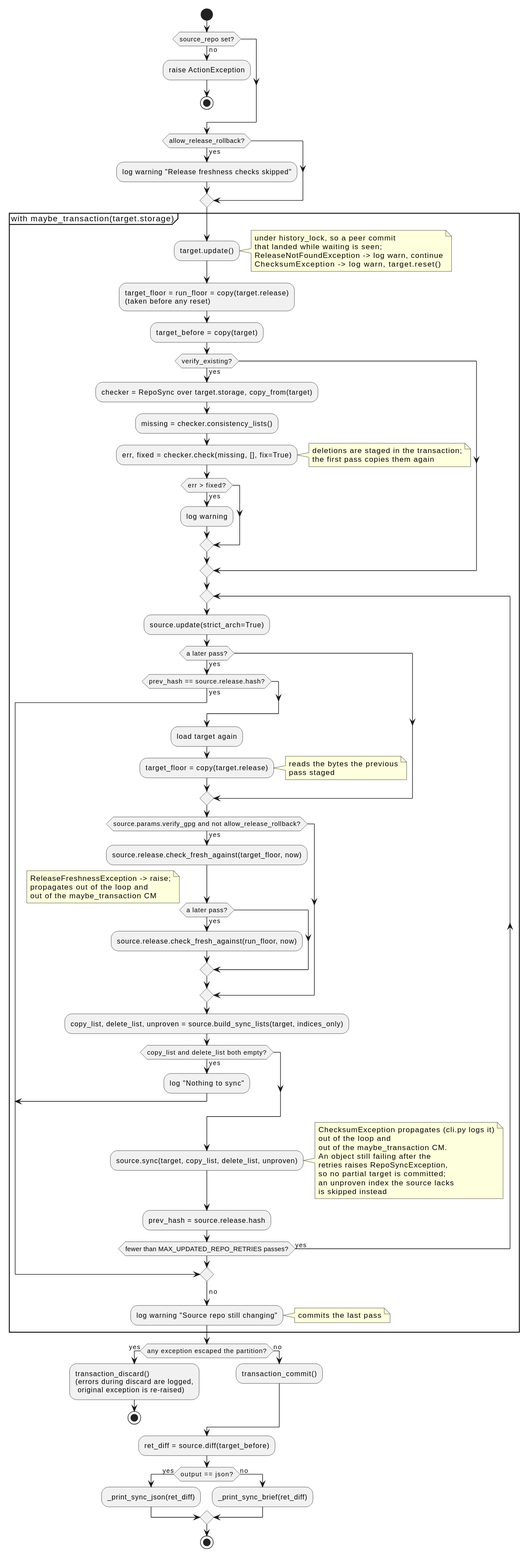
Earlier version of the PlantUML export docs/development/diagrams/action-sync-activity.svg (vinklat/debkit). Its source is kept beside it as docs/development/diagrams/action-sync-activity.puml.
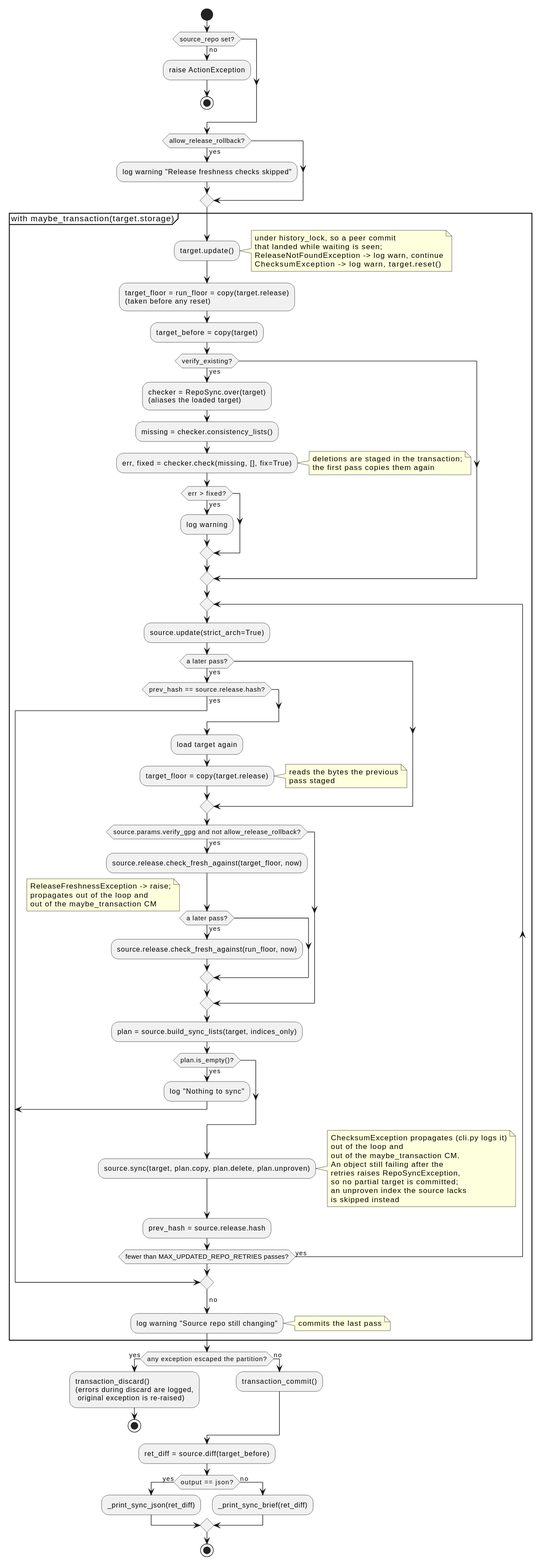
The same file after the commit.

Diff of the diagram source:
```diff
@@ -21,7 +21,8 @@
   (taken before any reset);
   :target_before = copy(target);
   if (verify_existing?) then (yes)
-    :checker = RepoSync over target.storage, copy_from(target);
+    :checker = RepoSync.over(target)
+    (aliases the loaded target);
     :missing = checker.consistency_lists();
     :err, fixed = checker.check(missing, [], fix=True);
     note right
@@ -53,12 +54,12 @@
         out of the maybe_transaction CM
       end note
     endif
-    :copy_list, delete_list, unproven = source.build_sync_lists(target, indices_only);
-    if (copy_list and delete_list both empty?) then (yes)
+    :plan = source.build_sync_lists(target, indices_only);
+    if (plan.is_empty()?) then (yes)
       :log "Nothing to sync";
       break
     endif
-    :source.sync(target, copy_list, delete_list, unproven);
+    :source.sync(target, plan.copy, plan.delete, plan.unproven);
     note right
       ChecksumException propagates (cli.py logs it)
       out of the loop and
```
